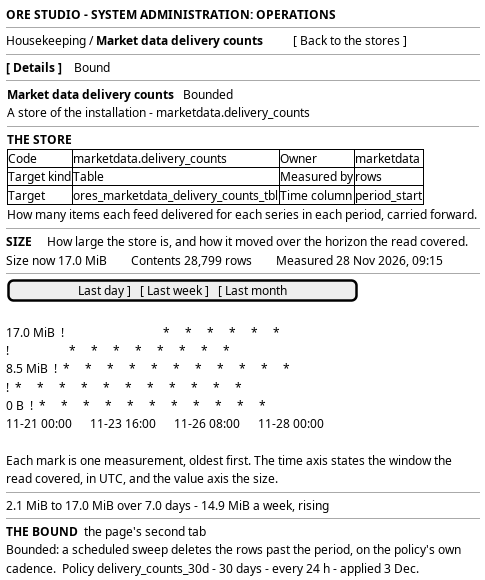
This is doc/knowledge/journeys/operations/wireframe_open_a_store.png from OreStudio/OreStudio, a PlantUML export, as it was before one commit. Its source is kept beside it as doc/knowledge/journeys/operations/wireframe_open_a_store.puml.
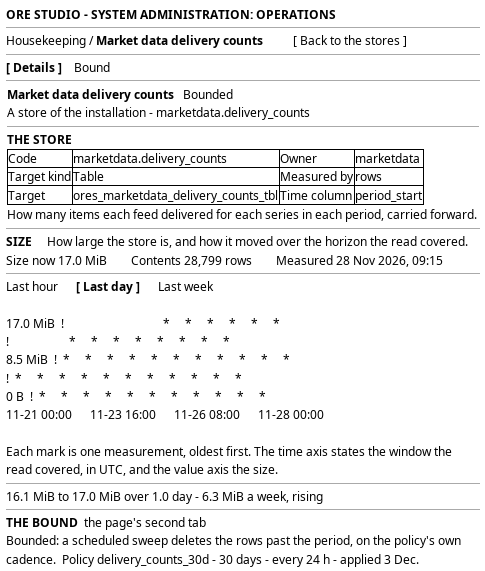
Above is the later version.

Change to the diagram source:
```diff
@@ -24,7 +24,7 @@
   <b>SIZE</b>     How large the store is, and how it moved over the horizon the read covered.
   Size now 17.0 MiB        Contents 28,799 rows        Measured 28 Nov 2026, 09:15
   ------------------------------------------------------------------------------
-                     [ Last day ]   [ Last week ]   [ Last month ]
+                   Last hour      **[ Last day ]**      Last week
   .
   17.0 MiB  !                                 *     *     *     *     *     *
             !                    *     *     *     *     *     *     *     *
@@ -36,7 +36,7 @@
   Each mark is one measurement, oldest first. The time axis states the window the
   read covered, in UTC, and the value axis the size.
   --
-  2.1 MiB to 17.0 MiB over 7.0 days - 14.9 MiB a week, rising
+  16.1 MiB to 17.0 MiB over 1.0 day - 6.3 MiB a week, rising
   --
   <b>THE BOUND</b>  the page's second tab
   Bounded: a scheduled sweep deletes the rows past the period, on the policy's own
```
